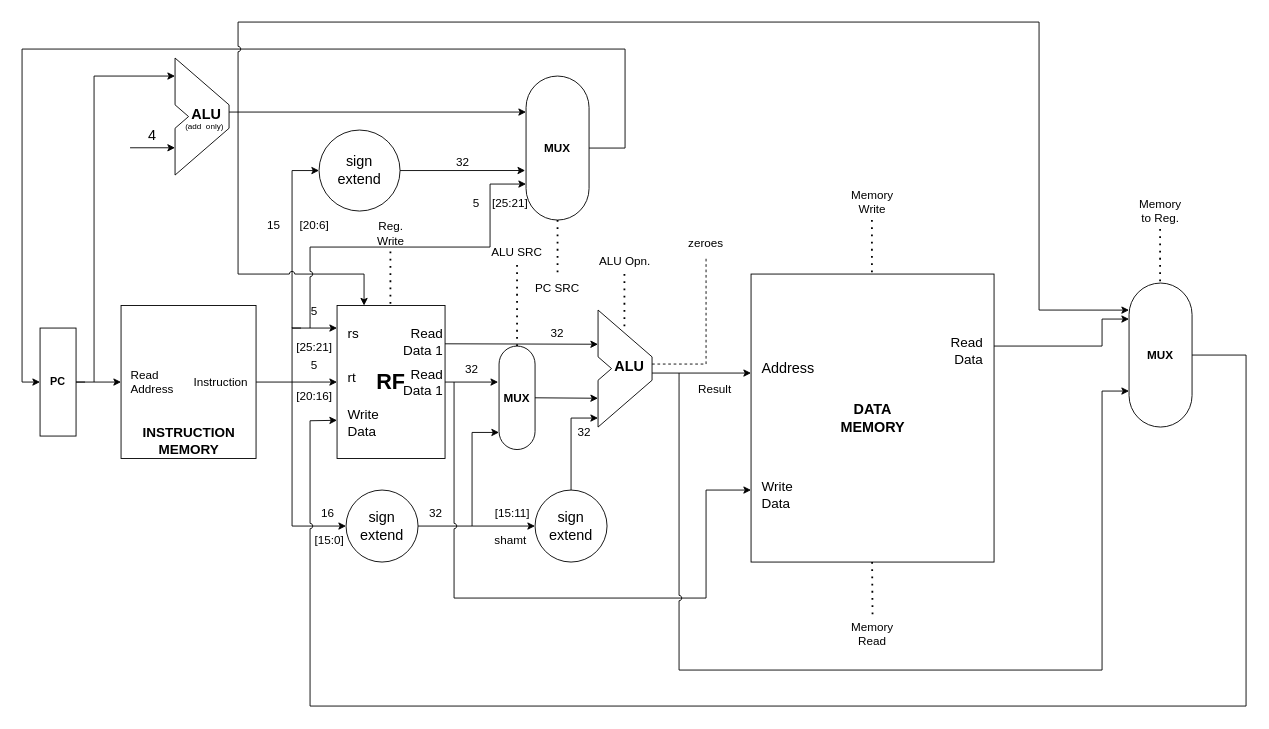
Earlier version of the draw.io diagram Data path.drawio (nespar7/CompilersLab). Source tidied: cells renumbered, new cells numbered last; positions are measured from the earlier drawing's top-left corner, leaving out a move shared by most shapes. Both pictures are drawn from the tidied source at 90%, with x=0, y=0 at pixel (22, 22).
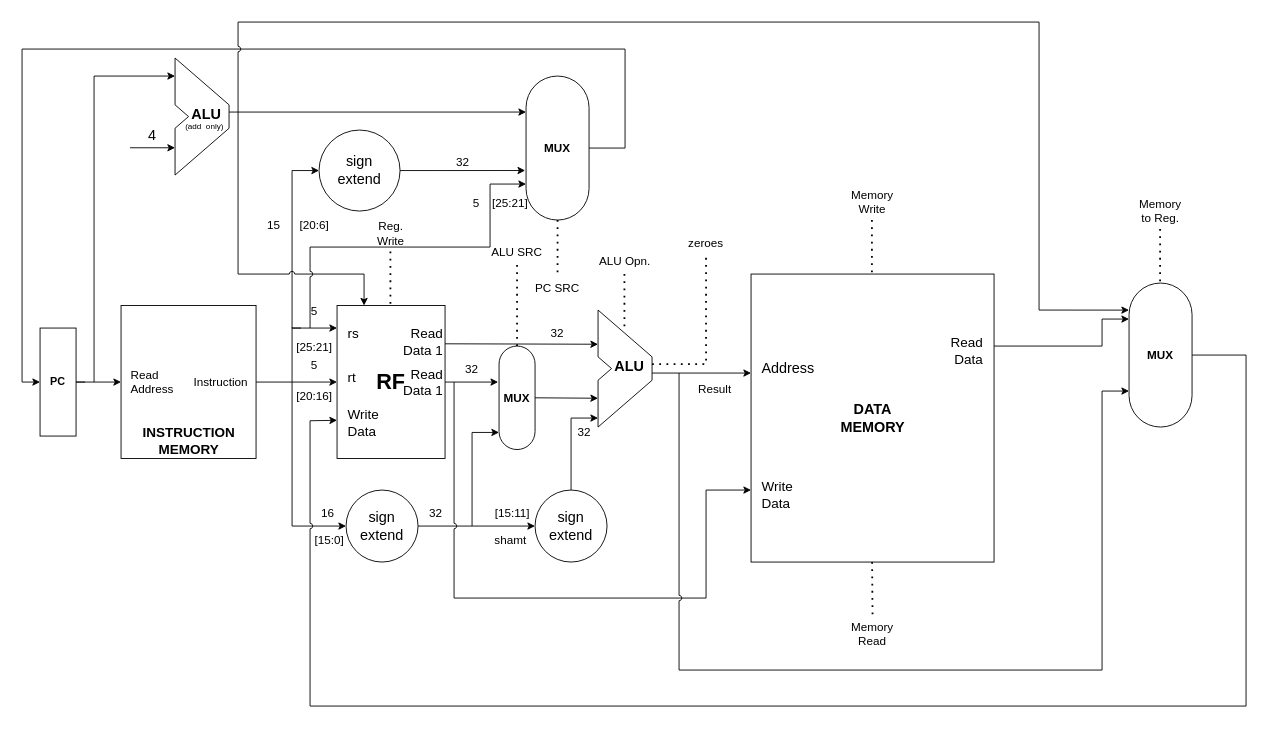
After the change.

The change refers to these unchanged cells:
```xml
<mxCell id="21" value="&lt;font style=&quot;font-size: 16px;&quot;&gt;&lt;b&gt;ALU&lt;/b&gt;&lt;/font&gt;" style="text;html=1;strokeColor=none;fillColor=none;align=center;verticalAlign=middle;whiteSpace=wrap;rounded=0;fontSize=24;" parent="12" vertex="1">
  <mxGeometry x="10" y="50" width="50" height="20" as="geometry" />
</mxCell>
<mxCell id="86" value="zeroes" style="text;html=1;strokeColor=none;fillColor=none;align=center;verticalAlign=middle;whiteSpace=wrap;rounded=0;fontSize=13;" parent="1" vertex="1">
  <mxGeometry x="730" y="230" width="60" height="30" as="geometry" />
</mxCell>
```

The edit, as a diff of the source:
```diff
@@
-    <mxCell id="57" style="endArrow=none;dashed=1;html=1;rounded=0;strokeColor=default;fontSize=13;jumpStyle=arc;" parent="1" edge="1">
-      <mxGeometry relative="1" as="geometry">
-        <mxPoint x="700" y="380" as="sourcePoint" />
-        <mxPoint x="760" y="260" as="targetPoint" />
-        <Array as="points">
-          <mxPoint x="760" y="380" />
-        </Array>
-      </mxGeometry>
-    </mxCell>
@@
+    <mxCell id="108" style="endArrow=none;dashed=1;html=1;dashPattern=1 3;strokeWidth=2;rounded=0;exitX=1;exitY=0.5;exitDx=0;exitDy=0;entryX=0.5;entryY=1;entryDx=0;entryDy=0;" parent="1" edge="1" source="21" target="86">
+      <mxGeometry relative="1" as="geometry">
+        <Array as="points">
+          <mxPoint x="760" y="380" />
+        </Array>
+      </mxGeometry>
+    </mxCell>
```
